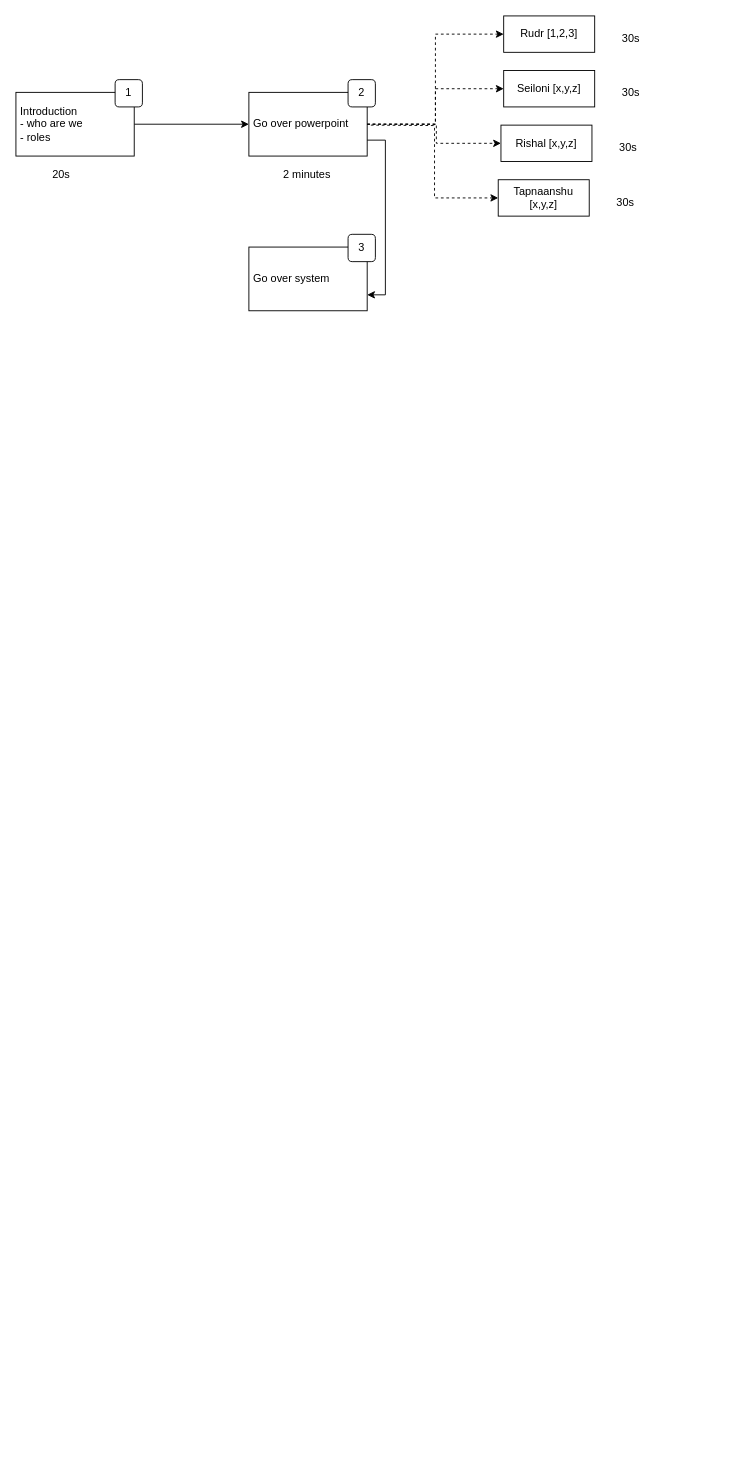
Before: page "Page-8" (8 of 8) of Final Demo Workflow.drawio in Tapnaanshu/drawio, a draw.io diagram. Source tidied: cells renumbered, new cells numbered last; positions are measured from the earlier drawing's top-left corner, leaving out a move shared by most shapes. Both pictures are drawn from the tidied source at 91%, with x=0, y=0 at pixel (15, 15).
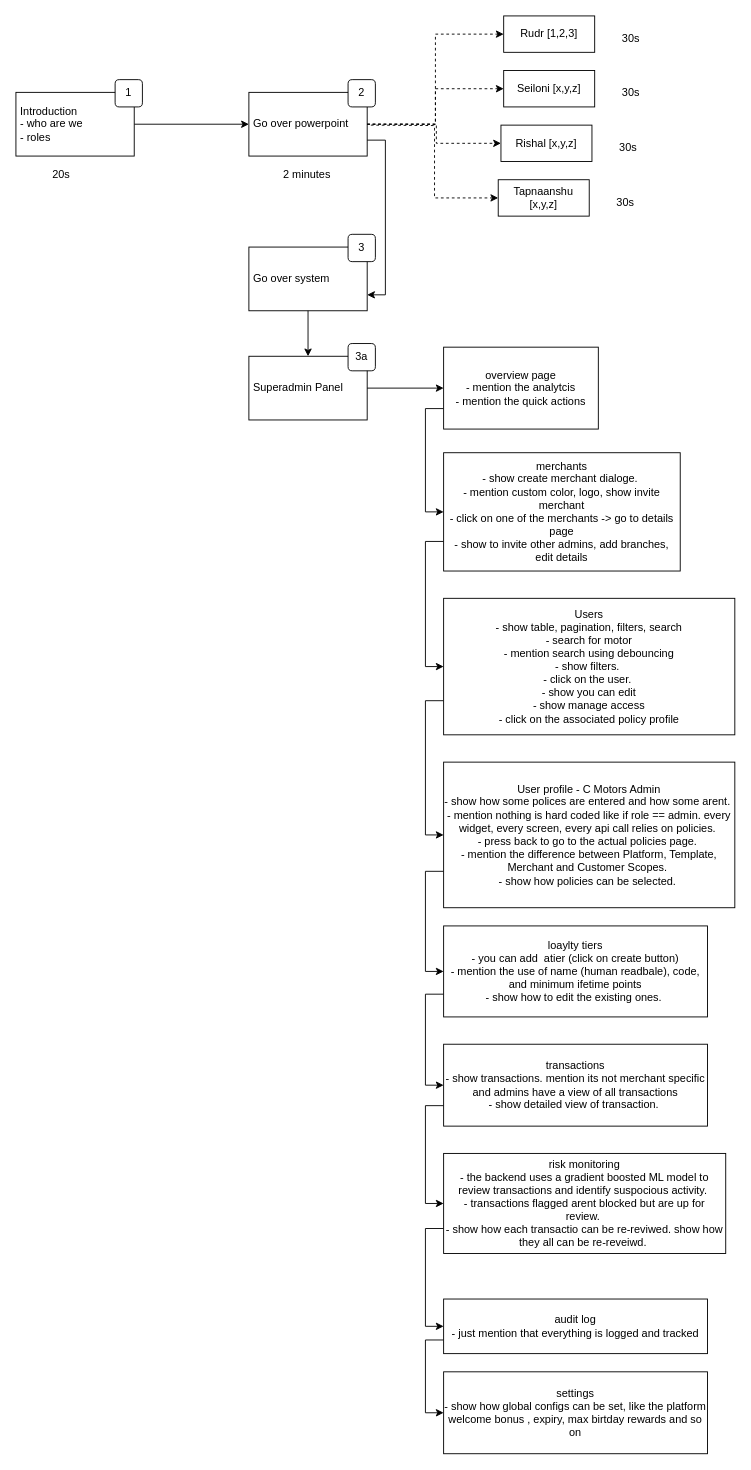
The same diagram, later.

The change refers to these unchanged cells:
```xml
<mxCell id="24" value="Go over system" style="whiteSpace=wrap;html=1;align=left;perimeterSpacing=0;spacing=5;" parent="23" vertex="1">
  <mxGeometry y="14" width="130" height="70" as="geometry" />
</mxCell>
```

What changed in the source:
```diff
@@
+    <mxCell id="27" style="group;" parent="1" vertex="1">
+      <mxGeometry x="256" y="360" width="139" height="84" as="geometry" />
+    </mxCell>
+    <mxCell id="28" value="Superadmin Panel" style="whiteSpace=wrap;html=1;align=left;perimeterSpacing=0;spacing=5;" parent="27" vertex="1">
+      <mxGeometry y="14" width="130" height="70" as="geometry" />
+    </mxCell>
+    <mxCell id="29" value="3a" style="whiteSpace=wrap;html=1;align=center;rounded=1;roundedPerimeter=1;" parent="27" vertex="1">
+      <mxGeometry x="109" width="30" height="30" as="geometry" />
+    </mxCell>
+    <mxCell id="30" style="edgeStyle=orthogonalEdgeStyle;rounded=0;jettySize=auto;html=1;exitX=0.5;exitY=1;exitDx=0;exitDy=0;entryX=0.5;entryY=0;entryDx=0;entryDy=0;defaultLabelBackgroundColor=page;" parent="1" edge="1" source="24" target="28">
+      <mxGeometry relative="1" as="geometry" />
+    </mxCell>
+    <mxCell id="31" style="edgeStyle=orthogonalEdgeStyle;rounded=0;jettySize=auto;html=1;exitX=0;exitY=0.75;exitDx=0;exitDy=0;entryX=0;entryY=0.5;entryDx=0;entryDy=0;defaultLabelBackgroundColor=page;" parent="1" edge="1" source="32" target="35">
+      <mxGeometry relative="1" as="geometry" />
+    </mxCell>
+    <mxCell id="32" value="&lt;div&gt;overview page&lt;/div&gt;&lt;div&gt;- mention the analytcis&lt;/div&gt;&lt;div&gt;- mention the quick actions&lt;/div&gt;" style="whiteSpace=wrap;html=1;align=center;" parent="1" vertex="1">
+      <mxGeometry x="470" y="364" width="170" height="90" as="geometry" />
+    </mxCell>
+    <mxCell id="33" style="edgeStyle=orthogonalEdgeStyle;rounded=0;jettySize=auto;html=1;exitX=1;exitY=0.5;exitDx=0;exitDy=0;defaultLabelBackgroundColor=page;" parent="1" edge="1" source="28" target="32">
+      <mxGeometry relative="1" as="geometry" />
+    </mxCell>
+    <mxCell id="34" style="edgeStyle=orthogonalEdgeStyle;rounded=0;jettySize=auto;html=1;exitX=0;exitY=0.75;exitDx=0;exitDy=0;entryX=0;entryY=0.5;entryDx=0;entryDy=0;defaultLabelBackgroundColor=page;" parent="1" edge="1" source="35" target="37">
+      <mxGeometry relative="1" as="geometry" />
+    </mxCell>
+    <mxCell id="35" value="&lt;div&gt;merchants&lt;/div&gt;&lt;div&gt;- show create merchant dialoge.&amp;nbsp;&lt;/div&gt;&lt;div&gt;- mention custom color, logo, show invite merchant&lt;/div&gt;&lt;div&gt;- click on one of the merchants -&amp;gt; go to details page&lt;/div&gt;&lt;div&gt;- show to invite other admins, add branches, edit details&lt;/div&gt;" style="whiteSpace=wrap;html=1;" parent="1" vertex="1">
+      <mxGeometry x="470" y="480" width="260" height="130" as="geometry" />
+    </mxCell>
+    <mxCell id="36" style="edgeStyle=orthogonalEdgeStyle;rounded=0;jettySize=auto;html=1;exitX=0;exitY=0.75;exitDx=0;exitDy=0;entryX=0;entryY=0.5;entryDx=0;entryDy=0;defaultLabelBackgroundColor=page;" parent="1" edge="1" source="37" target="39">
+      <mxGeometry relative="1" as="geometry" />
+    </mxCell>
+    <mxCell id="37" value="&lt;div&gt;Users&lt;/div&gt;&lt;div&gt;- show table, pagination, filters, search&lt;/div&gt;&lt;div&gt;- search for motor&lt;/div&gt;&lt;div&gt;- mention search using debouncing&lt;/div&gt;&lt;div&gt;- show filters.&amp;nbsp;&lt;/div&gt;&lt;div&gt;- click on the user.&amp;nbsp;&lt;/div&gt;&lt;div&gt;- show you can edit&lt;/div&gt;&lt;div&gt;- show manage access&lt;/div&gt;&lt;div&gt;- click on the associated policy profile&lt;/div&gt;" style="whiteSpace=wrap;html=1;" parent="1" vertex="1">
+      <mxGeometry x="470" y="640" width="320" height="150" as="geometry" />
+    </mxCell>
+    <mxCell id="38" style="edgeStyle=orthogonalEdgeStyle;rounded=0;jettySize=auto;html=1;exitX=0;exitY=0.75;exitDx=0;exitDy=0;entryX=0;entryY=0.5;entryDx=0;entryDy=0;defaultLabelBackgroundColor=page;" parent="1" edge="1" source="39" target="41">
+      <mxGeometry relative="1" as="geometry" />
+    </mxCell>
+    <mxCell id="39" value="&lt;div&gt;User profile - C Motors Admin&lt;/div&gt;&lt;div&gt;- show how some polices are entered and how some arent.&amp;nbsp;&lt;/div&gt;&lt;div&gt;- mention nothing is hard coded like if role == admin. every widget, every screen, every api call relies on policies.&amp;nbsp;&lt;/div&gt;&lt;div&gt;- press back to go to the actual policies page.&amp;nbsp;&lt;/div&gt;&lt;div&gt;- mention the difference between Platform, Template, Merchant and Customer Scopes.&amp;nbsp;&lt;/div&gt;&lt;div&gt;- show how policies can be selected.&amp;nbsp;&lt;/div&gt;" style="whiteSpace=wrap;html=1;" parent="1" vertex="1">
+      <mxGeometry x="470" y="820" width="320" height="160" as="geometry" />
+    </mxCell>
+    <mxCell id="40" style="edgeStyle=orthogonalEdgeStyle;rounded=0;jettySize=auto;html=1;exitX=0;exitY=0.75;exitDx=0;exitDy=0;entryX=0;entryY=0.5;entryDx=0;entryDy=0;defaultLabelBackgroundColor=page;" parent="1" edge="1" source="41" target="43">
+      <mxGeometry relative="1" as="geometry" />
+    </mxCell>
+    <mxCell id="41" value="&lt;div&gt;loaylty tiers&lt;/div&gt;&lt;div&gt;- you can add&amp;nbsp; atier (click on create button)&lt;/div&gt;&lt;div&gt;- mention the use of name (human readbale), code, and minimum ifetime points&lt;/div&gt;&lt;div&gt;- show how to edit the existing ones.&amp;nbsp;&lt;/div&gt;" style="whiteSpace=wrap;html=1;" parent="1" vertex="1">
+      <mxGeometry x="470" y="1000" width="290" height="100" as="geometry" />
+    </mxCell>
+    <mxCell id="42" style="edgeStyle=orthogonalEdgeStyle;rounded=0;jettySize=auto;html=1;exitX=0;exitY=0.75;exitDx=0;exitDy=0;entryX=0;entryY=0.5;entryDx=0;entryDy=0;defaultLabelBackgroundColor=page;" parent="1" edge="1" source="43" target="45">
+      <mxGeometry relative="1" as="geometry" />
+    </mxCell>
+    <mxCell id="43" value="&lt;div&gt;transactions&lt;/div&gt;&lt;div&gt;- show transactions. mention its not merchant specific and admins have a view of all transactions&lt;/div&gt;&lt;div&gt;- show detailed view of transaction.&amp;nbsp;&lt;/div&gt;" style="whiteSpace=wrap;html=1;" parent="1" vertex="1">
+      <mxGeometry x="470" y="1130" width="290" height="90" as="geometry" />
+    </mxCell>
+    <mxCell id="44" style="edgeStyle=orthogonalEdgeStyle;rounded=0;jettySize=auto;html=1;exitX=0;exitY=0.75;exitDx=0;exitDy=0;entryX=0;entryY=0.5;entryDx=0;entryDy=0;defaultLabelBackgroundColor=page;" parent="1" edge="1" source="45" target="47">
+      <mxGeometry relative="1" as="geometry" />
+    </mxCell>
+    <mxCell id="45" value="&lt;div&gt;risk monitoring&lt;/div&gt;&lt;div&gt;- the backend uses a gradient boosted ML model to review transactions and identify suspocious activity.&amp;nbsp;&lt;/div&gt;&lt;div&gt;- transactions flagged arent blocked but are up for review.&amp;nbsp;&lt;/div&gt;&lt;div&gt;- show how each transactio can be re-reviwed. show how they all can be re-reveiwd.&amp;nbsp;&lt;/div&gt;" style="whiteSpace=wrap;html=1;" parent="1" vertex="1">
+      <mxGeometry x="470" y="1250" width="310" height="110" as="geometry" />
+    </mxCell>
+    <mxCell id="46" style="edgeStyle=orthogonalEdgeStyle;rounded=0;jettySize=auto;html=1;exitX=0;exitY=0.75;exitDx=0;exitDy=0;entryX=0;entryY=0.5;entryDx=0;entryDy=0;defaultLabelBackgroundColor=page;" parent="1" edge="1" source="47" target="48">
+      <mxGeometry relative="1" as="geometry" />
+    </mxCell>
+    <mxCell id="47" value="&lt;div&gt;audit log&lt;/div&gt;&lt;div&gt;- just mention that everything is logged and tracked&lt;/div&gt;" style="whiteSpace=wrap;html=1;" parent="1" vertex="1">
+      <mxGeometry x="470" y="1410" width="290" height="60" as="geometry" />
+    </mxCell>
+    <mxCell id="48" value="&lt;div&gt;settings&lt;/div&gt;&lt;div&gt;- show how global configs can be set, like the platform welcome bonus , expiry, max birtday rewards and so on&lt;/div&gt;" style="whiteSpace=wrap;html=1;" parent="1" vertex="1">
+      <mxGeometry x="470" y="1490" width="290" height="90" as="geometry" />
+    </mxCell>
```
